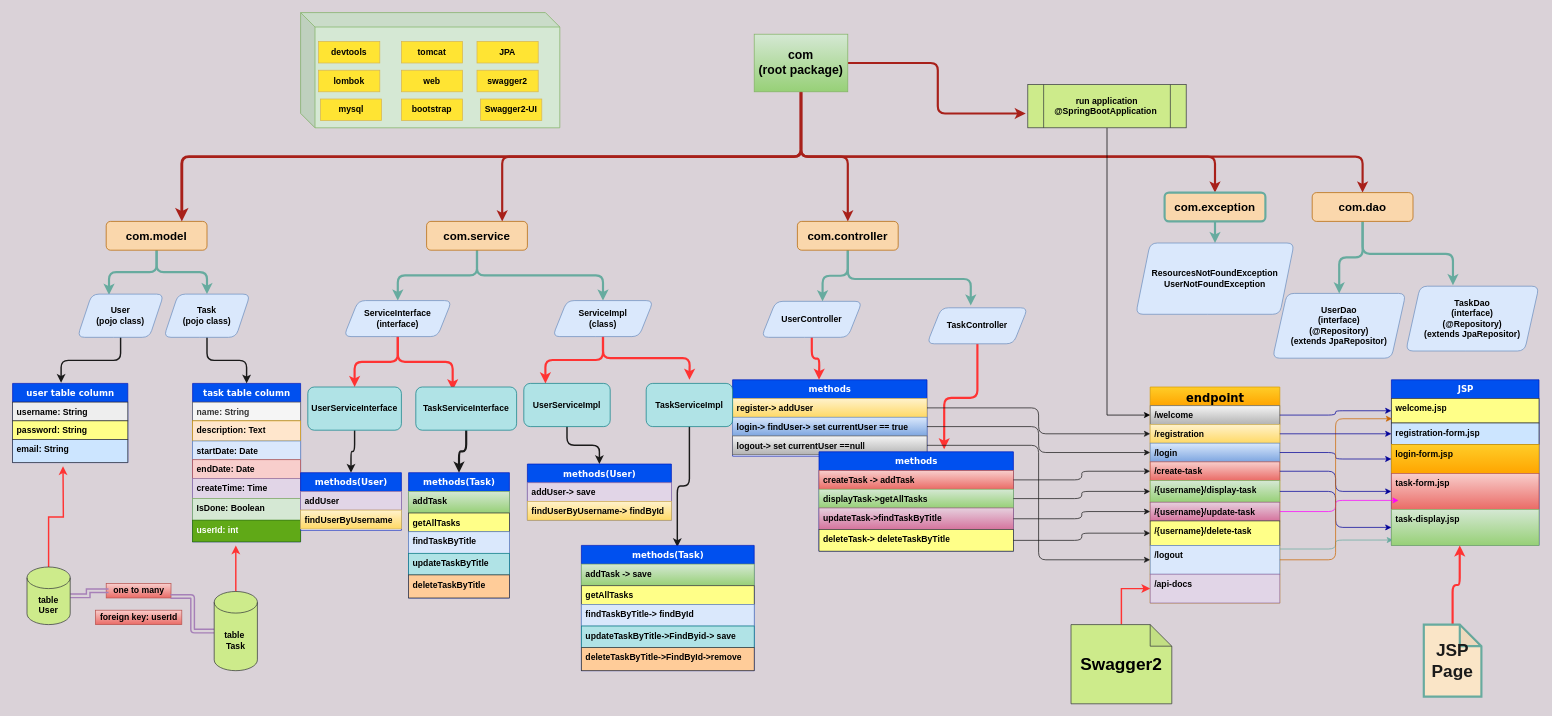
Earlier version of the draw.io diagram Untitled Diagram.drawio (chefvivica/all-charts-repo). Source tidied: cells renumbered, new cells numbered last; positions are measured from the earlier drawing's top-left corner, leaving out a move shared by most shapes. Both pictures are drawn from the tidied source at 72%, with x=0, y=0 at pixel (12, 12).
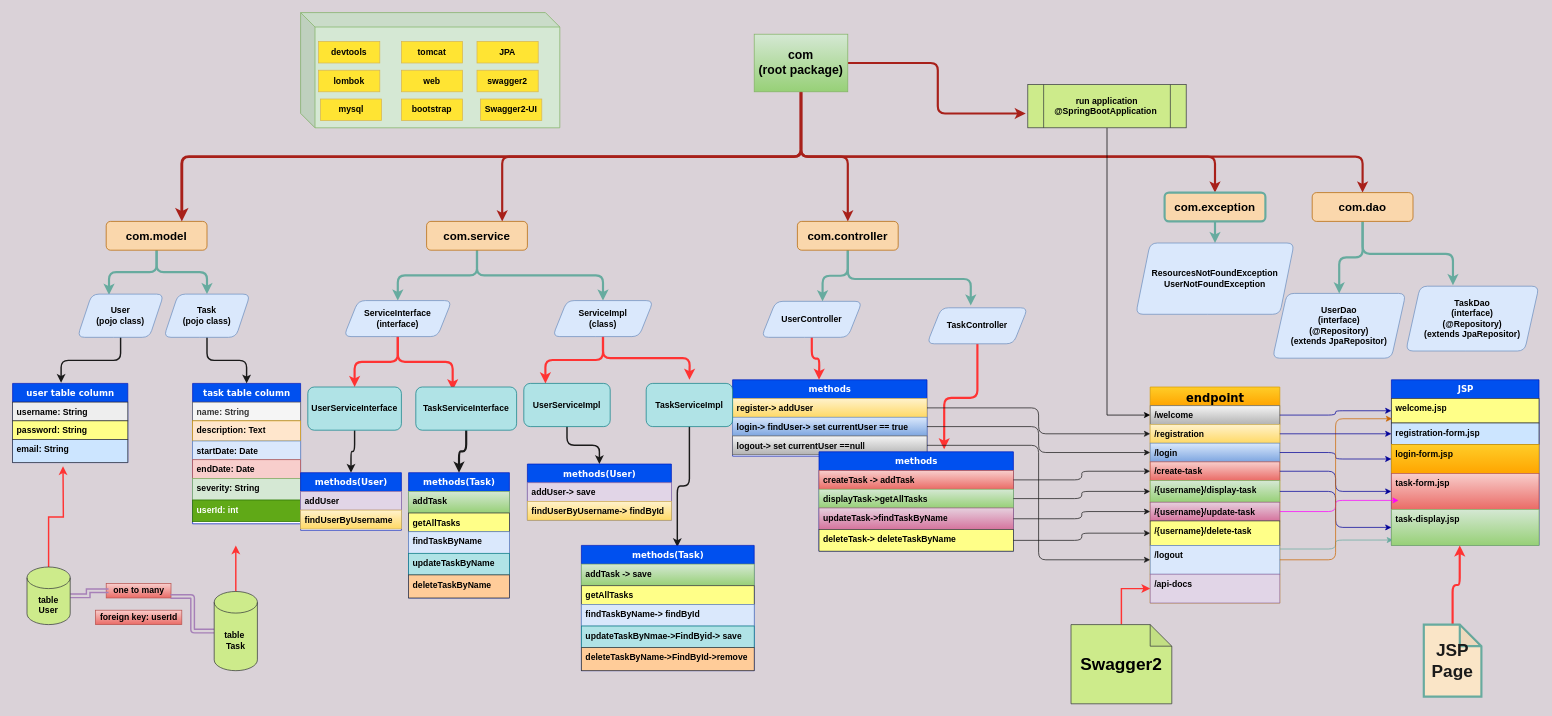
After the change.

Unchanged cells that the change refers to:
```xml
<mxCell id="63" value="methods(Task)" style="swimlane;html=1;fontStyle=1;align=center;verticalAlign=top;horizontal=1;startSize=26;swimlaneFillColor=#ffffff;rounded=0;shadow=0;comic=0;labelBackgroundColor=none;strokeWidth=1;fillColor=#0050ef;fontFamily=Verdana;fontSize=12;strokeColor=#001DBC;fontColor=#ffffff;" parent="1" vertex="1">
  <mxGeometry x="550" y="639" width="140" height="174" as="geometry" />
</mxCell>
<mxCell id="88" value="methods(Task)" style="swimlane;html=1;fontStyle=1;align=center;verticalAlign=top;horizontal=1;startSize=26;swimlaneFillColor=#ffffff;rounded=0;shadow=0;comic=0;labelBackgroundColor=none;strokeWidth=1;fillColor=#0050ef;fontFamily=Verdana;fontSize=12;strokeColor=#001DBC;fontColor=#ffffff;" parent="1" vertex="1">
  <mxGeometry x="790" y="740" width="240" height="174" as="geometry" />
</mxCell>
<mxCell id="94" value="methods" style="swimlane;html=1;fontStyle=1;align=center;verticalAlign=top;horizontal=1;startSize=26;swimlaneFillColor=#ffffff;rounded=0;shadow=0;comic=0;labelBackgroundColor=none;strokeWidth=1;fillColor=#0050ef;fontFamily=Verdana;fontSize=12;strokeColor=#001DBC;fontColor=#ffffff;" parent="1" vertex="1">
  <mxGeometry x="1120" y="610" width="270" height="138" as="geometry" />
</mxCell>
```

The edit, as a diff of the source:
```diff
@@
     <mxCell id="17" value="task table column" style="swimlane;html=1;fontStyle=1;align=center;verticalAlign=top;horizontal=1;startSize=26;swimlaneFillColor=#ffffff;rounded=0;shadow=0;comic=0;labelBackgroundColor=none;strokeWidth=1;fillColor=#0050ef;fontFamily=Verdana;fontSize=12;strokeColor=#001DBC;fontColor=#ffffff;" parent="1" vertex="1">
-      <mxGeometry x="250" y="515" width="150" height="220" as="geometry" />
+      <mxGeometry x="250" y="515" width="150" height="195" as="geometry" />
     </mxCell>
@@
-    <mxCell id="22" value="createTime: Time" style="text;html=1;strokeColor=#9673a6;fillColor=#e1d5e7;align=left;verticalAlign=top;spacingLeft=4;spacingRight=4;whiteSpace=wrap;overflow=hidden;fontStyle=1;" parent="17" vertex="1">
-      <mxGeometry y="132" width="150" height="28" as="geometry" />
-    </mxCell>
-    <mxCell id="23" value="IsDone: Boolean" style="text;html=1;strokeColor=#82b366;fillColor=#d5e8d4;align=left;verticalAlign=top;spacingLeft=4;spacingRight=4;whiteSpace=wrap;overflow=hidden;fontStyle=1;" parent="17" vertex="1">
-      <mxGeometry y="160" width="150" height="30" as="geometry" />
+    <mxCell id="23" value="severity: String" style="text;html=1;strokeColor=#82b366;fillColor=#d5e8d4;align=left;verticalAlign=top;spacingLeft=4;spacingRight=4;whiteSpace=wrap;overflow=hidden;fontStyle=1;" parent="17" vertex="1">
+      <mxGeometry y="132" width="150" height="30" as="geometry" />
     </mxCell>
     <mxCell id="24" value="userId: int" style="text;html=1;strokeColor=#2D7600;fillColor=#60a917;align=left;verticalAlign=top;spacingLeft=4;spacingRight=4;whiteSpace=wrap;overflow=hidden;fontStyle=1;fontColor=#ffffff;" parent="17" vertex="1">
-      <mxGeometry y="190" width="150" height="30" as="geometry" />
+      <mxGeometry y="162" width="150" height="30" as="geometry" />
     </mxCell>
@@
-    <mxCell id="66" value="findTaskByTitle" style="text;html=1;strokeColor=#6c8ebf;fillColor=#dae8fc;align=left;verticalAlign=top;spacingLeft=4;spacingRight=4;whiteSpace=wrap;overflow=hidden;fontStyle=1;" parent="63" vertex="1">
+    <mxCell id="66" value="findTaskByName" style="text;html=1;strokeColor=#6c8ebf;fillColor=#dae8fc;align=left;verticalAlign=top;spacingLeft=4;spacingRight=4;whiteSpace=wrap;overflow=hidden;fontStyle=1;" parent="63" vertex="1">
       <mxGeometry y="82" width="140" height="30" as="geometry" />
     </mxCell>
-    <mxCell id="67" value="updateTaskByTitle" style="text;html=1;strokeColor=#0e8088;fillColor=#b0e3e6;align=left;verticalAlign=top;spacingLeft=4;spacingRight=4;whiteSpace=wrap;overflow=hidden;fontStyle=1;" parent="63" vertex="1">
+    <mxCell id="67" value="updateTaskByName" style="text;html=1;strokeColor=#0e8088;fillColor=#b0e3e6;align=left;verticalAlign=top;spacingLeft=4;spacingRight=4;whiteSpace=wrap;overflow=hidden;fontStyle=1;" parent="63" vertex="1">
       <mxGeometry y="112" width="140" height="30" as="geometry" />
     </mxCell>
-    <mxCell id="68" value="deleteTaskByTitle" style="text;html=1;strokeColor=#36393d;fillColor=#ffcc99;align=left;verticalAlign=top;spacingLeft=4;spacingRight=4;whiteSpace=wrap;overflow=hidden;fontStyle=1;" parent="63" vertex="1">
+    <mxCell id="68" value="deleteTaskByName" style="text;html=1;strokeColor=#36393d;fillColor=#ffcc99;align=left;verticalAlign=top;spacingLeft=4;spacingRight=4;whiteSpace=wrap;overflow=hidden;fontStyle=1;" parent="63" vertex="1">
       <mxGeometry y="142" width="140" height="32" as="geometry" />
     </mxCell>
@@
-    <mxCell id="91" value="findTaskByTitle-&amp;gt; findById&amp;nbsp;" style="text;html=1;strokeColor=#6c8ebf;fillColor=#dae8fc;align=left;verticalAlign=top;spacingLeft=4;spacingRight=4;whiteSpace=wrap;overflow=hidden;fontStyle=1;" parent="88" vertex="1">
+    <mxCell id="91" value="findTaskByName-&amp;gt; findById&amp;nbsp;" style="text;html=1;strokeColor=#6c8ebf;fillColor=#dae8fc;align=left;verticalAlign=top;spacingLeft=4;spacingRight=4;whiteSpace=wrap;overflow=hidden;fontStyle=1;" parent="88" vertex="1">
       <mxGeometry y="82" width="240" height="30" as="geometry" />
     </mxCell>
-    <mxCell id="92" value="updateTaskByTitle-&amp;gt;FindByid-&amp;gt; save" style="text;html=1;strokeColor=#0e8088;fillColor=#b0e3e6;align=left;verticalAlign=top;spacingLeft=4;spacingRight=4;whiteSpace=wrap;overflow=hidden;fontStyle=1;" parent="88" vertex="1">
+    <mxCell id="92" value="updateTaskByNmae-&amp;gt;FindByid-&amp;gt; save" style="text;html=1;strokeColor=#0e8088;fillColor=#b0e3e6;align=left;verticalAlign=top;spacingLeft=4;spacingRight=4;whiteSpace=wrap;overflow=hidden;fontStyle=1;" parent="88" vertex="1">
       <mxGeometry y="112" width="240" height="30" as="geometry" />
     </mxCell>
-    <mxCell id="93" value="deleteTaskByTitle-&amp;gt;FindById-&amp;gt;remove" style="text;html=1;strokeColor=#36393d;fillColor=#ffcc99;align=left;verticalAlign=top;spacingLeft=4;spacingRight=4;whiteSpace=wrap;overflow=hidden;fontStyle=1;" parent="88" vertex="1">
+    <mxCell id="93" value="deleteTaskByName-&amp;gt;FindById-&amp;gt;remove" style="text;html=1;strokeColor=#36393d;fillColor=#ffcc99;align=left;verticalAlign=top;spacingLeft=4;spacingRight=4;whiteSpace=wrap;overflow=hidden;fontStyle=1;" parent="88" vertex="1">
       <mxGeometry y="142" width="240" height="32" as="geometry" />
     </mxCell>
@@
-    <mxCell id="97" value="updateTask-&amp;gt;findTaskByTitle" style="text;html=1;strokeColor=#996185;fillColor=#e6d0de;align=left;verticalAlign=top;spacingLeft=4;spacingRight=4;whiteSpace=wrap;overflow=hidden;points=[[0,0.5],[1,0.5]];portConstraint=eastwest;gradientColor=#d5739d;fontStyle=1;" parent="94" vertex="1">
+    <mxCell id="97" value="updateTask-&amp;gt;findTaskByName" style="text;html=1;strokeColor=#996185;fillColor=#e6d0de;align=left;verticalAlign=top;spacingLeft=4;spacingRight=4;whiteSpace=wrap;overflow=hidden;points=[[0,0.5],[1,0.5]];portConstraint=eastwest;gradientColor=#d5739d;fontStyle=1;" parent="94" vertex="1">
       <mxGeometry y="78" width="270" height="30" as="geometry" />
     </mxCell>
-    <mxCell id="98" value="deleteTask-&amp;gt; deleteTaskByTitle" style="text;html=1;strokeColor=#36393d;fillColor=#ffff88;align=left;verticalAlign=top;spacingLeft=4;spacingRight=4;whiteSpace=wrap;overflow=hidden;points=[[0,0.5],[1,0.5]];portConstraint=eastwest;fontStyle=1;" parent="94" vertex="1">
+    <mxCell id="98" value="deleteTask-&amp;gt; deleteTaskByName" style="text;html=1;strokeColor=#36393d;fillColor=#ffff88;align=left;verticalAlign=top;spacingLeft=4;spacingRight=4;whiteSpace=wrap;overflow=hidden;points=[[0,0.5],[1,0.5]];portConstraint=eastwest;fontStyle=1;" parent="94" vertex="1">
       <mxGeometry y="108" width="270" height="30" as="geometry" />
     </mxCell>
```
